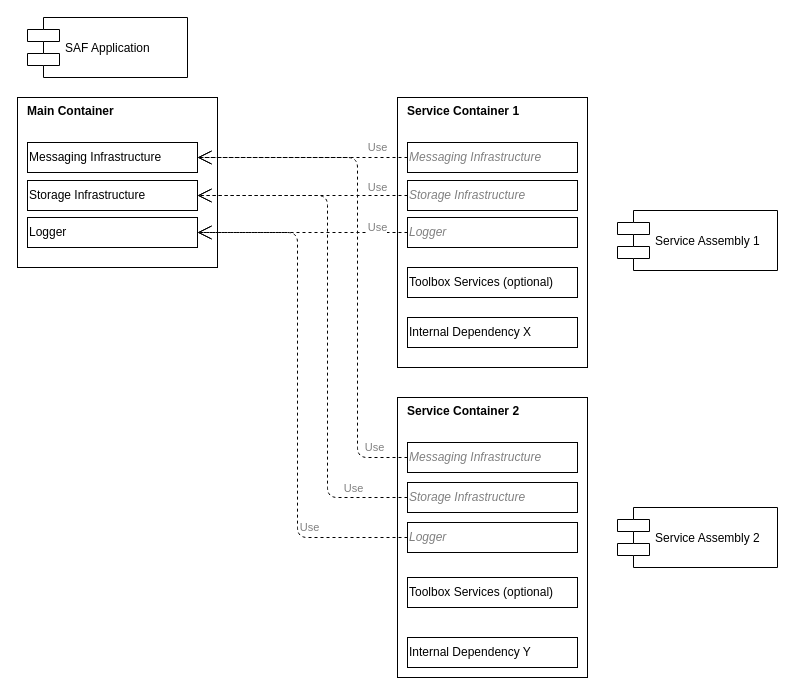
The draw.io diagram page "DI Container Overview" (5 of 5) of docs/diagrams/saf-overview.drawio in TRUMPF-IoT/saf, before the edit. Source tidied: cells renumbered, new cells numbered last; positions are measured from the earlier drawing's top-left corner, leaving out a move shared by most shapes. Both pictures are drawn from the tidied source at 100%, with x=0, y=0 at pixel (17, 17).
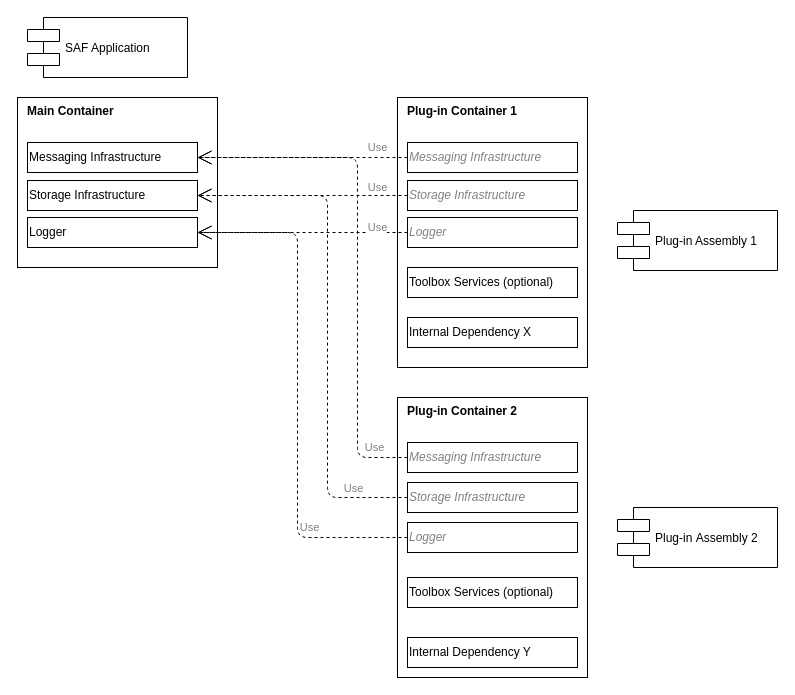
After the change.

Commit message (it also covers changes not shown here):
Added SAF Overview diagram and DI container concept description to documentation.

Change to the diagram source:
```diff
@@
-    <mxCell id="3" value="&lt;div style=&quot;text-align: left&quot;&gt;&lt;span&gt;Service Container 1&lt;/span&gt;&lt;/div&gt;" style="rounded=0;whiteSpace=wrap;html=1;align=left;horizontal=1;verticalAlign=top;fontStyle=1;spacingLeft=8;" parent="1" vertex="1">
+    <mxCell id="3" value="&lt;div style=&quot;text-align: left&quot;&gt;&lt;span&gt;Plug-in Container 1&lt;/span&gt;&lt;/div&gt;" style="rounded=0;whiteSpace=wrap;html=1;align=left;horizontal=1;verticalAlign=top;fontStyle=1;spacingLeft=8;" parent="1" vertex="1">
       <mxGeometry x="380" y="80" width="190" height="270" as="geometry" />
     </mxCell>
@@
-    <mxCell id="5" value="Service Assembly 1" style="shape=component;align=left;spacingLeft=36;" parent="1" vertex="1">
+    <mxCell id="5" value="Plug-in Assembly 1" style="shape=component;align=left;spacingLeft=36;" parent="1" vertex="1">
       <mxGeometry x="600" y="193" width="160" height="60" as="geometry" />
     </mxCell>
-    <mxCell id="6" value="Service Assembly 2" style="shape=component;align=left;spacingLeft=36;" parent="1" vertex="1">
+    <mxCell id="6" value="Plug-in Assembly 2" style="shape=component;align=left;spacingLeft=36;" parent="1" vertex="1">
       <mxGeometry x="600" y="490" width="160" height="60" as="geometry" />
     </mxCell>
@@
-    <mxCell id="17" value="&lt;div style=&quot;text-align: left&quot;&gt;&lt;span&gt;Service Container 2&lt;/span&gt;&lt;/div&gt;" style="rounded=0;whiteSpace=wrap;html=1;align=left;horizontal=1;verticalAlign=top;fontStyle=1;spacingLeft=8;" parent="1" vertex="1">
+    <mxCell id="17" value="Plug-in&lt;span&gt;&amp;nbsp;Container 2&lt;/span&gt;" style="rounded=0;whiteSpace=wrap;html=1;align=left;horizontal=1;verticalAlign=top;fontStyle=1;spacingLeft=8;" parent="1" vertex="1">
       <mxGeometry x="380" y="380" width="190" height="280" as="geometry" />
     </mxCell>
```
